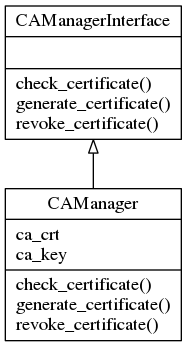
The Graphviz diagram docs/_static/png/ca_management_clases.png in luisza/dfva, before a commit. Its source is kept beside it as docs/_static/dot/ca_management_clases.dot. Source of this version:
```dot
digraph "classes" {
charset="utf-8"
rankdir=BT
"0" [label="{CAManager|ca_crt\lca_key\l|check_certificate()\lgenerate_certificate()\lrevoke_certificate()\l}", shape="record"];
"1" [label="{CAManagerInterface|\l|check_certificate()\lgenerate_certificate()\lrevoke_certificate()\l}", shape="record"];
"0" -> "1" [arrowhead="empty", arrowtail="none"];
}
```
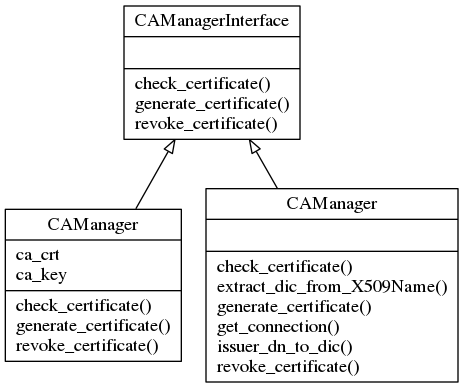
After the change.

The edit, as a diff of the source:
```diff
@@ -2,6 +2,8 @@
 charset="utf-8"
 rankdir=BT
 "0" [label="{CAManager|ca_crt\lca_key\l|check_certificate()\lgenerate_certificate()\lrevoke_certificate()\l}", shape="record"];
-"1" [label="{CAManagerInterface|\l|check_certificate()\lgenerate_certificate()\lrevoke_certificate()\l}", shape="record"];
-"0" -> "1" [arrowhead="empty", arrowtail="none"];
+"1" [label="{CAManager|\l|check_certificate()\lextract_dic_from_X509Name()\lgenerate_certificate()\lget_connection()\lissuer_dn_to_dic()\lrevoke_certificate()\l}", shape="record"];
+"2" [label="{CAManagerInterface|\l|check_certificate()\lgenerate_certificate()\lrevoke_certificate()\l}", shape="record"];
+"0" -> "2" [arrowhead="empty", arrowtail="none"];
+"1" -> "2" [arrowhead="empty", arrowtail="none"];
 }
```
